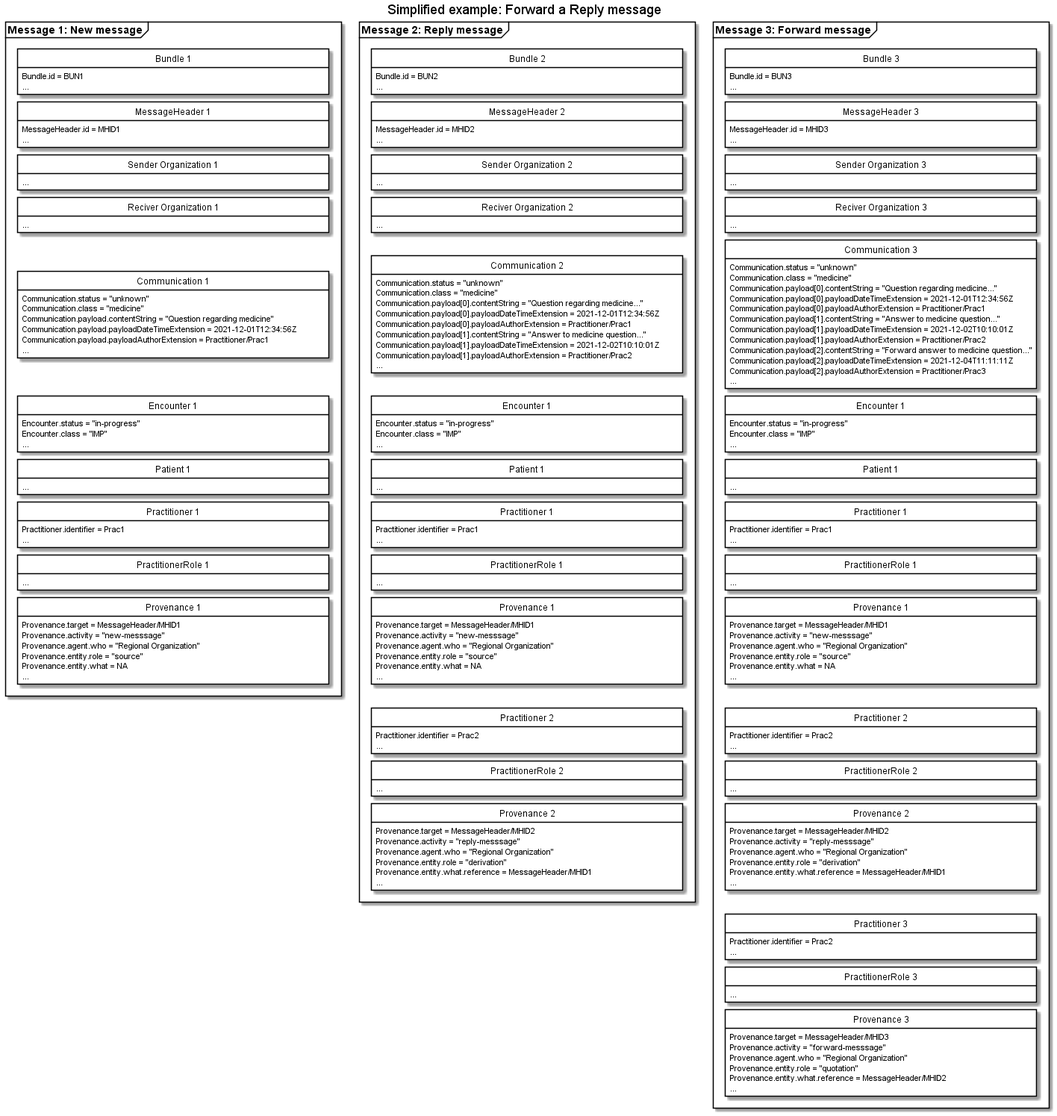
Above: input/images/carecommunication/CCForwardReplyMessage.png in medcomdk/dk-medcom-carecommunication (PlantUML), before the change. The source it was exported from:
```plantuml
@startuml CCForwardReplyMessage

skinparam class {
    BackgroundColor White
    BorderColor Black
    ArrowColor Black
  }
hide circle
hide empty members
skinparam SameClassWidth true
skinparam Ranksep 10


title Simplified example: Forward a Reply message

package "Message 1: New message" as new <<Frame>>{
    class "Bundle 1" as newB {
        Bundle.id = BUN1
        ...
    }
    class "MessageHeader 1" as newMH{
        MessageHeader.id = MHID1
        ...
    }
    class "Sender Organization 1" as newSOrg{
        ...
    }
    class "Reciver Organization 1" as newROrg{
        ...
    }
    class "Communication 1" as newCom{
        Communication.status = "unknown"
        Communication.class = "medicine"
        Communication.payload.contentString = "Question regarding medicine"
        Communication.payload.payloadDateTimeExtension = 2021-12-01T12:34:56Z
        Communication.payload.payloadAuthorExtension = Practitioner/Prac1
        ...
    }
    class "Encounter 1" as newENC{
        Encounter.status = "in-progress"
        Encounter.class = "IMP"
        ...
    }
    class "Patient 1" as newPT{
        ...
    }
    class "Practitioner 1" as newPrac{
        Practitioner.identifier = Prac1
        ...
    }
    class "PractitionerRole 1" as newPracR{
        ...
    }
    class "Provenance 1" as newPRO{
        Provenance.target = MessageHeader/MHID1
        Provenance.activity = "new-messsage"
        Provenance.agent.who = "Regional Organization"
        Provenance.entity.role = "source"
        Provenance.entity.what = NA
        ...
    }

newB -[hidden]- newMH
newMH -[hidden]- newSOrg
newSOrg-[hidden]-newROrg
newROrg-[hidden]-newCom
newCom -[hidden]- newENC
newENC-[hidden]-newPT
newPT-[hidden]-newPrac
newPrac-[hidden]-newPracR
newPracR-[hidden]-newPRO



}

package "Message 2: Reply message" as reply <<Frame>>{
    class "Bundle 2" as replyB {
        Bundle.id = BUN2
        ...
    }
    class "MessageHeader 2" as replyMH{
        MessageHeader.id = MHID2
        ...
    }
    class "Sender Organization 2" as replySOrg{
        ...
    }
    class "Reciver Organization 2" as replyROrg{
        ...
    }
    class "Communication 2" as newreplyCom{
        Communication.status = "unknown"
        Communication.class = "medicine"
        Communication.payload[0].contentString = "Question regarding medicine..."
        Communication.payload[0].payloadDateTimeExtension = 2021-12-01T12:34:56Z
        Communication.payload[0].payloadAuthorExtension = Practitioner/Prac1
        Communication.payload[1].contentString = "Answer to medicine question..."
        Communication.payload[1].payloadDateTimeExtension = 2021-12-02T10:10:01Z
        Communication.payload[1].payloadAuthorExtension = Practitioner/Prac2
        ...
    }
    class "Encounter 1" as newreplyENC{
        Encounter.status = "in-progress"
        Encounter.class = "IMP"
        ...
    }
    class "Patient 1" as newreplyPT{
        ...
    }
    class "Practitioner 1" as newreplyPrac{
        Practitioner.identifier = Prac1
        ...
    }
    class "PractitionerRole 1" as newreplyPracR{
        ...
    }
    class "Provenance 1" as newreplyPRO{
        Provenance.target = MessageHeader/MHID1
        Provenance.activity = "new-messsage"
        Provenance.agent.who = "Regional Organization"
        Provenance.entity.role = "source"
        Provenance.entity.what = NA
        ...
    }
    class "Practitioner 2" as replyPrac{
        Practitioner.identifier = Prac2
        ...
    }
    class "PractitionerRole 2" as replyPracR{
        ...
    }
    class "Provenance 2" as replyPRO{
        Provenance.target = MessageHeader/MHID2
        Provenance.activity = "reply-messsage"
        Provenance.agent.who = "Regional Organization"
        Provenance.entity.role = "derivation"
        Provenance.entity.what.reference = MessageHeader/MHID1
        ...
    }

replyB -[hidden]- replyMH
replyMH -[hidden]- replySOrg
replySOrg-[hidden]-replyROrg
replyROrg-[hidden]-newreplyCom
newreplyCom -[hidden]- newreplyENC
newreplyENC-[hidden]-newreplyPT
newreplyPT-[hidden]-newreplyPrac
newreplyPrac-[hidden]-newreplyPracR
newreplyPracR-[hidden]-newreplyPRO
newreplyPRO-[hidden]-replyPrac
replyPrac-[hidden]-replyPracR
replyPracR-[hidden]-replyPRO



}

package "Message 3: Forward message" as forward <<Frame>>{
    class "Bundle 3" as forwardB {
        Bundle.id = BUN3
        ...
    }
    class "MessageHeader 3" as forwardMH{
        MessageHeader.id = MHID3
        ...
    }
    class "Sender Organization 3" as forwardSOrg{
        ...
    }
    class "Reciver Organization 3" as forwardROrg{
        ...
    }
    class "Communication 3" as newforwardCom{
        Communication.status = "unknown"
        Communication.class = "medicine"
        Communication.payload[0].contentString = "Question regarding medicine..."
        Communication.payload[0].payloadDateTimeExtension = 2021-12-01T12:34:56Z
        Communication.payload[0].payloadAuthorExtension = Practitioner/Prac1
        Communication.payload[1].contentString = "Answer to medicine question..."
        Communication.payload[1].payloadDateTimeExtension = 2021-12-02T10:10:01Z
        Communication.payload[1].payloadAuthorExtension = Practitioner/Prac2
        Communication.payload[2].contentString = "Forward answer to medicine question..."
        Communication.payload[2].payloadDateTimeExtension = 2021-12-04T11:11:11Z
        Communication.payload[2].payloadAuthorExtension = Practitioner/Prac3
        ...
    }
    class "Encounter 1" as newforwardENC{
        Encounter.status = "in-progress"
        Encounter.class = "IMP"
        ...
    }
    class "Patient 1" as newforwardPT{
        ...
    }
    class "Practitioner 1" as newforwardPrac{
        Practitioner.identifier = Prac1
        ...
    }
    class "PractitionerRole 1" as newforwardPracR{
        ...
    }
    class "Provenance 1" as newforwardPRO{
        Provenance.target = MessageHeader/MHID1
        Provenance.activity = "new-messsage"
        Provenance.agent.who = "Regional Organization"
        Provenance.entity.role = "source"
        Provenance.entity.what = NA
        ...
    }
    class "Practitioner 2" as replyforwardPrac{
        Practitioner.identifier = Prac2
        ...
    }
    class "PractitionerRole 2" as replyforwardPracR{
        ...
    }
    class "Provenance 2" as replyforwardPRO{
        Provenance.target = MessageHeader/MHID2
        Provenance.activity = "reply-messsage"
        Provenance.agent.who = "Regional Organization"
        Provenance.entity.role = "derivation"
        Provenance.entity.what.reference = MessageHeader/MHID1
        ...
    }
    class "Practitioner 3" as forwardPrac{
        Practitioner.identifier = Prac2
        ...
    }
    class "PractitionerRole 3" as forwardPracR{
        ...
    }
    class "Provenance 3" as forwardPRO{
        Provenance.target = MessageHeader/MHID3
        Provenance.activity = "forward-messsage"
        Provenance.agent.who = "Regional Organization"
        Provenance.entity.role = "quotation"
        Provenance.entity.what.reference = MessageHeader/MHID2
        ...
    }

forwardB -[hidden]- forwardMH
forwardMH -[hidden]- forwardSOrg
forwardSOrg-[hidden]-forwardROrg
forwardROrg-[hidden]-newforwardCom
newforwardCom -[hidden]- newforwardENC
newforwardENC-[hidden]-newforwardPT
newforwardPT-[hidden]-newforwardPrac
newforwardPrac-[hidden]-newforwardPracR
newforwardPracR-[hidden]-newforwardPRO
newforwardPRO-[hidden]-replyforwardPrac
replyforwardPrac-[hidden]-replyforwardPracR
replyforwardPracR-[hidden]-replyforwardPRO
replyforwardPRO-[hidden]-forwardPrac
forwardPrac-[hidden]-forwardPracR
forwardPracR-[hidden]-forwardPRO



}



@enduml
```
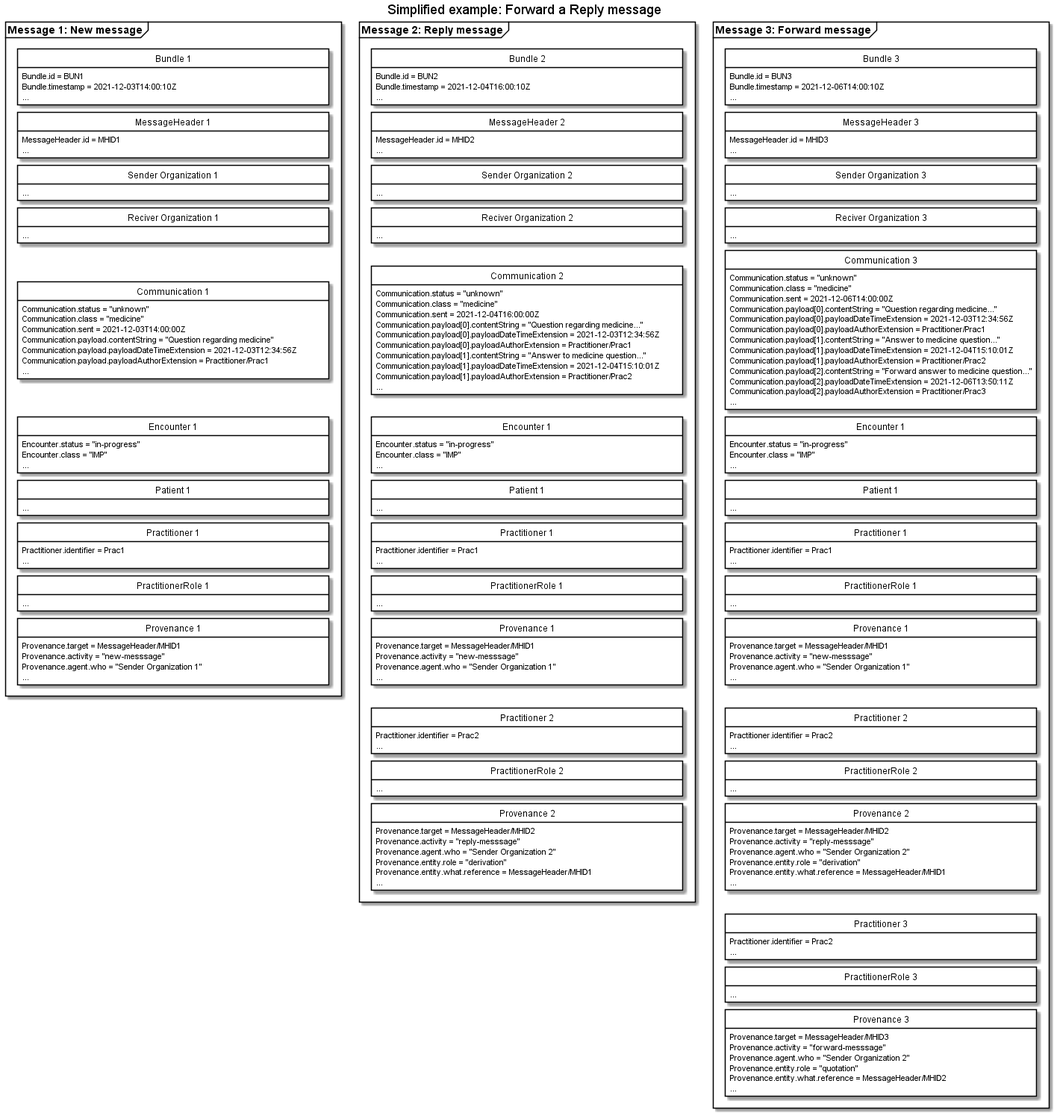
After the change.

What changed in the source:
```diff
@@ -16,6 +16,7 @@
 package "Message 1: New message" as new <<Frame>>{
     class "Bundle 1" as newB {
         Bundle.id = BUN1
+        Bundle.timestamp = 2021-12-03T14:00:10Z
         ...
     }
     class "MessageHeader 1" as newMH{
@@ -31,8 +32,9 @@
     class "Communication 1" as newCom{
         Communication.status = "unknown"
         Communication.class = "medicine"
+        Communication.sent = 2021-12-03T14:00:00Z
         Communication.payload.contentString = "Question regarding medicine"
-        Communication.payload.payloadDateTimeExtension = 2021-12-01T12:34:56Z
+        Communication.payload.payloadDateTimeExtension = 2021-12-03T12:34:56Z
         Communication.payload.payloadAuthorExtension = Practitioner/Prac1
         ...
     }
@@ -54,9 +56,7 @@
     class "Provenance 1" as newPRO{
         Provenance.target = MessageHeader/MHID1
         Provenance.activity = "new-messsage"
-        Provenance.agent.who = "Regional Organization"
-        Provenance.entity.role = "source"
-        Provenance.entity.what = NA
+        Provenance.agent.who = "Sender Organization 1"
         ...
     }
 
@@ -77,6 +77,7 @@
 package "Message 2: Reply message" as reply <<Frame>>{
     class "Bundle 2" as replyB {
         Bundle.id = BUN2
+        Bundle.timestamp = 2021-12-04T16:00:10Z
         ...
     }
     class "MessageHeader 2" as replyMH{
@@ -92,11 +93,12 @@
     class "Communication 2" as newreplyCom{
         Communication.status = "unknown"
         Communication.class = "medicine"
+        Communication.sent = 2021-12-04T16:00:00Z
         Communication.payload[0].contentString = "Question regarding medicine..."
-        Communication.payload[0].payloadDateTimeExtension = 2021-12-01T12:34:56Z
+        Communication.payload[0].payloadDateTimeExtension = 2021-12-03T12:34:56Z
         Communication.payload[0].payloadAuthorExtension = Practitioner/Prac1
         Communication.payload[1].contentString = "Answer to medicine question..."
-        Communication.payload[1].payloadDateTimeExtension = 2021-12-02T10:10:01Z
+        Communication.payload[1].payloadDateTimeExtension = 2021-12-04T15:10:01Z
         Communication.payload[1].payloadAuthorExtension = Practitioner/Prac2
         ...
     }
@@ -118,9 +120,7 @@
     class "Provenance 1" as newreplyPRO{
         Provenance.target = MessageHeader/MHID1
         Provenance.activity = "new-messsage"
-        Provenance.agent.who = "Regional Organization"
-        Provenance.entity.role = "source"
-        Provenance.entity.what = NA
+        Provenance.agent.who = "Sender Organization 1"
         ...
     }
     class "Practitioner 2" as replyPrac{
@@ -133,7 +133,7 @@
     class "Provenance 2" as replyPRO{
         Provenance.target = MessageHeader/MHID2
         Provenance.activity = "reply-messsage"
-        Provenance.agent.who = "Regional Organization"
+        Provenance.agent.who = "Sender Organization 2"
         Provenance.entity.role = "derivation"
         Provenance.entity.what.reference = MessageHeader/MHID1
         ...
@@ -159,6 +159,7 @@
 package "Message 3: Forward message" as forward <<Frame>>{
     class "Bundle 3" as forwardB {
         Bundle.id = BUN3
+        Bundle.timestamp = 2021-12-06T14:00:10Z
         ...
     }
     class "MessageHeader 3" as forwardMH{
@@ -174,14 +175,15 @@
     class "Communication 3" as newforwardCom{
         Communication.status = "unknown"
         Communication.class = "medicine"
+        Communication.sent = 2021-12-06T14:00:00Z
         Communication.payload[0].contentString = "Question regarding medicine..."
-        Communication.payload[0].payloadDateTimeExtension = 2021-12-01T12:34:56Z
+        Communication.payload[0].payloadDateTimeExtension = 2021-12-03T12:34:56Z
         Communication.payload[0].payloadAuthorExtension = Practitioner/Prac1
         Communication.payload[1].contentString = "Answer to medicine question..."
-        Communication.payload[1].payloadDateTimeExtension = 2021-12-02T10:10:01Z
+        Communication.payload[1].payloadDateTimeExtension = 2021-12-04T15:10:01Z
         Communication.payload[1].payloadAuthorExtension = Practitioner/Prac2
         Communication.payload[2].contentString = "Forward answer to medicine question..."
-        Communication.payload[2].payloadDateTimeExtension = 2021-12-04T11:11:11Z
+        Communication.payload[2].payloadDateTimeExtension = 2021-12-06T13:50:11Z
         Communication.payload[2].payloadAuthorExtension = Practitioner/Prac3
         ...
     }
@@ -203,9 +205,7 @@
     class "Provenance 1" as newforwardPRO{
         Provenance.target = MessageHeader/MHID1
         Provenance.activity = "new-messsage"
-        Provenance.agent.who = "Regional Organization"
-        Provenance.entity.role = "source"
-        Provenance.entity.what = NA
+        Provenance.agent.who = "Sender Organization 1"
         ...
     }
     class "Practitioner 2" as replyforwardPrac{
@@ -218,7 +218,7 @@
     class "Provenance 2" as replyforwardPRO{
         Provenance.target = MessageHeader/MHID2
         Provenance.activity = "reply-messsage"
-        Provenance.agent.who = "Regional Organization"
+        Provenance.agent.who = "Sender Organization 2"
         Provenance.entity.role = "derivation"
         Provenance.entity.what.reference = MessageHeader/MHID1
         ...
@@ -233,7 +233,7 @@
     class "Provenance 3" as forwardPRO{
         Provenance.target = MessageHeader/MHID3
         Provenance.activity = "forward-messsage"
-        Provenance.agent.who = "Regional Organization"
+        Provenance.agent.who = "Sender Organization 2"
         Provenance.entity.role = "quotation"
         Provenance.entity.what.reference = MessageHeader/MHID2
         ...
```
